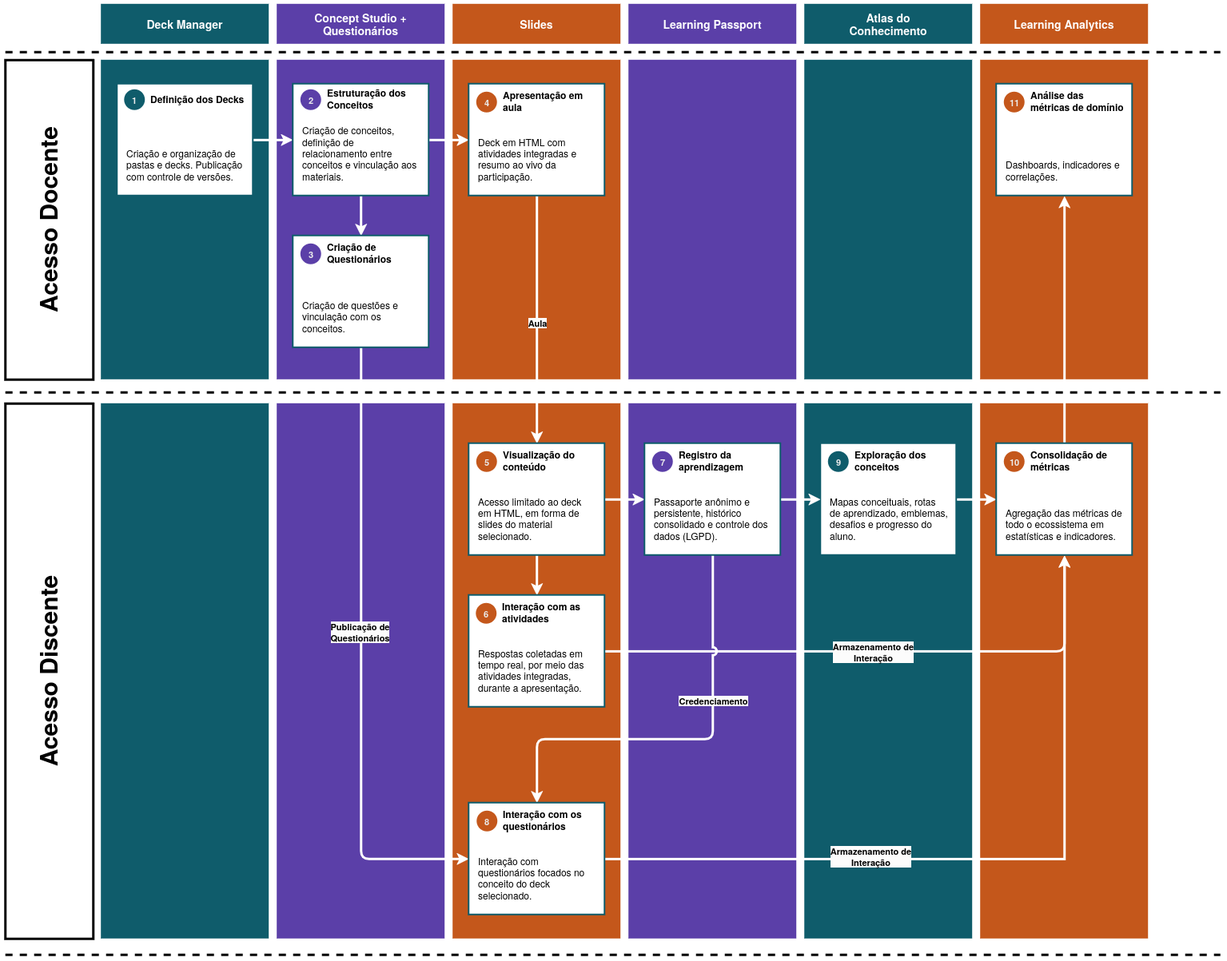
DanielRogs/TCC1-Latex keeps this draw.io diagram as figuras/fluxo.png. Above is the earlier version. Source tidied: cells renumbered, new cells last; positions are measured from the earlier drawing's top-left corner, leaving out a move shared by most shapes.
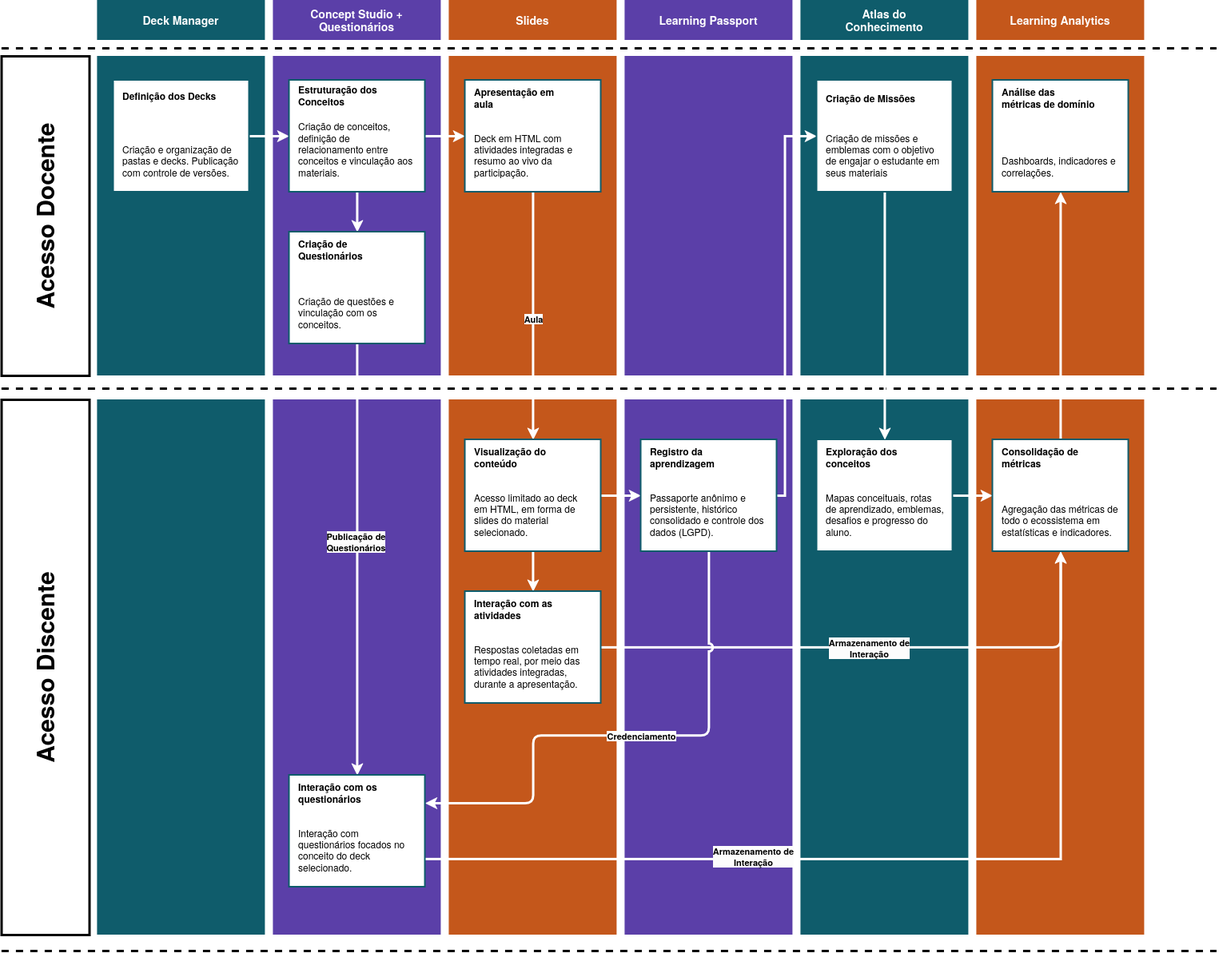
The same file after the commit.

What changed in the source:
```diff
@@ -53,7 +53,7 @@
     <mxCell id="18" value="Criação de conceitos, definição de relacionamento entre conceitos e vinculação aos materiais." style="rounded=0;whiteSpace=wrap;html=1;verticalAlign=bottom;spacingBottom=15;spacingLeft=10;spacingRight=10;align=left;strokeWidth=2;strokeColor=light-dark(#0F5C6B,#FFFFFF);" parent="1" vertex="1">
       <mxGeometry x="360" y="100" width="170" height="140" as="geometry" />
     </mxCell>
-    <mxCell id="19" style="edgeStyle=orthogonalEdgeStyle;rounded=1;jettySize=auto;html=1;entryX=0;entryY=0.5;entryDx=0;entryDy=0;exitX=0.5;exitY=1;exitDx=0;exitDy=0;strokeWidth=3;curved=0;strokeColor=light-dark(#FFFFFF,#FFFFFF);fontColor=light-dark(#000000,#000000);" parent="1" edge="1" source="21" target="47">
+    <mxCell id="19" style="edgeStyle=orthogonalEdgeStyle;rounded=1;jettySize=auto;html=1;entryX=0.5;entryY=0;entryDx=0;entryDy=0;exitX=0.5;exitY=1;exitDx=0;exitDy=0;strokeWidth=3;curved=0;strokeColor=light-dark(#FFFFFF,#FFFFFF);fontColor=light-dark(#000000,#000000);" parent="1" edge="1" source="21" target="47">
       <mxGeometry relative="1" as="geometry" />
     </mxCell>
     <mxCell id="20" value="&lt;div&gt;&lt;b&gt;Publicação de&lt;/b&gt;&lt;/div&gt;&lt;div&gt;&lt;b&gt;Questionários&lt;/b&gt;&lt;/div&gt;" style="edgeLabel;html=1;align=center;verticalAlign=middle;fontColor=light-dark(#000000,#000000);labelBackgroundColor=light-dark(#FCFCFC,#FCFCFC);" parent="19" vertex="1">
@@ -94,19 +94,27 @@
     <mxCell id="31" value="Mapas conceituais, rotas de aprendizado, emblemas, desafios e progresso do aluno." style="rounded=0;whiteSpace=wrap;html=1;verticalAlign=bottom;spacingBottom=15;spacingLeft=10;spacingRight=10;align=left;strokeColor=light-dark(#0F5C6B,#FFFFFF);strokeWidth=2;" parent="1" vertex="1">
       <mxGeometry x="1020" y="550" width="170" height="140" as="geometry" />
     </mxCell>
-    <mxCell id="32" style="edgeStyle=orthogonalEdgeStyle;rounded=0;jettySize=auto;html=1;strokeWidth=3;strokeColor=light-dark(#FFFFFF,#FFFFFF);fontColor=light-dark(#000000,#000000);" parent="1" edge="1" source="35" target="31">
-      <mxGeometry relative="1" as="geometry" />
+    <mxCell id="32" style="edgeStyle=orthogonalEdgeStyle;rounded=0;jettySize=auto;html=1;strokeWidth=3;strokeColor=light-dark(#FFFFFF,#FFFFFF);fontColor=light-dark(#000000,#000000);entryX=0;entryY=0.5;entryDx=0;entryDy=0;" parent="1" edge="1" source="35" target="78">
+      <mxGeometry relative="1" as="geometry">
+        <Array as="points">
+          <mxPoint x="980" y="620" />
+          <mxPoint x="980" y="170" />
+        </Array>
+      </mxGeometry>
     </mxCell>
-    <mxCell id="33" style="edgeStyle=orthogonalEdgeStyle;rounded=1;jettySize=auto;html=1;exitX=0.5;exitY=1;exitDx=0;exitDy=0;strokeWidth=3;curved=0;jumpStyle=arc;strokeColor=light-dark(#FFFFFF,#FFFFFF);fontColor=light-dark(#000000,#000000);" parent="1" edge="1" source="35" target="47">
+    <mxCell id="33" style="edgeStyle=orthogonalEdgeStyle;rounded=1;jettySize=auto;html=1;exitX=0.5;exitY=1;exitDx=0;exitDy=0;strokeWidth=3;curved=0;jumpStyle=arc;strokeColor=light-dark(#FFFFFF,#FFFFFF);fontColor=light-dark(#000000,#000000);entryX=1;entryY=0.25;entryDx=0;entryDy=0;" parent="1" edge="1" source="35" target="47">
       <mxGeometry relative="1" as="geometry">
         <Array as="points">
-          <mxPoint x="885.1" y="920.1" />
+          <mxPoint x="885" y="920.1" />
           <mxPoint x="665.1" y="920.1" />
+          <mxPoint x="665.1" y="1005" />
         </Array>
       </mxGeometry>
     </mxCell>
     <mxCell id="34" value="Credenciamento" style="edgeLabel;html=1;align=center;verticalAlign=middle;fontStyle=1;fontColor=light-dark(#000000,#000000);labelBackgroundColor=light-dark(#FCFCFC,#FCFCFC);" parent="33" vertex="1">
-      <mxGeometry x="-0.31" relative="1" as="geometry" />
+      <mxGeometry x="-0.31" relative="1" as="geometry">
+        <mxPoint x="-85" as="offset" />
+      </mxGeometry>
     </mxCell>
     <mxCell id="35" value="Passaporte anônimo e persistente, histórico consolidado e controle dos dados (LGPD)." style="rounded=0;whiteSpace=wrap;html=1;verticalAlign=bottom;spacingBottom=15;spacingLeft=10;spacingRight=10;align=left;strokeColor=light-dark(#0F5C6B,#FFFFFF);strokeWidth=2;" parent="1" vertex="1">
       <mxGeometry x="800" y="550" width="170" height="140" as="geometry" />
@@ -141,14 +149,14 @@
     <mxCell id="44" value="&lt;div&gt;Atlas do&lt;/div&gt;&lt;div&gt;Conhecimento&lt;/div&gt;" style="rounded=0;whiteSpace=wrap;html=1;fontStyle=1;fontSize=14;strokeColor=none;fillColor=light-dark(#0F5C6B,#0F5C6B);fontColor=light-dark(#FFFFFF,#FFFFFF);" parent="1" vertex="1">
       <mxGeometry x="1000" width="210" height="50" as="geometry" />
     </mxCell>
-    <mxCell id="45" style="edgeStyle=orthogonalEdgeStyle;rounded=0;jettySize=auto;html=1;strokeWidth=3;strokeColor=light-dark(#FFFFFF,#FFFFFF);fontColor=light-dark(#000000,#000000);" parent="1" edge="1" source="47" target="37">
+    <mxCell id="45" style="edgeStyle=orthogonalEdgeStyle;rounded=0;jettySize=auto;html=1;strokeWidth=3;strokeColor=light-dark(#FFFFFF,#FFFFFF);fontColor=light-dark(#000000,#000000);exitX=1;exitY=0.75;exitDx=0;exitDy=0;" parent="1" edge="1" source="47" target="37">
       <mxGeometry relative="1" as="geometry" />
     </mxCell>
     <mxCell id="46" value="&lt;div&gt;Armazenamento de&lt;/div&gt;&lt;div&gt;Interação&lt;/div&gt;" style="edgeLabel;html=1;align=center;verticalAlign=middle;fontStyle=1;fontColor=light-dark(#000000,#000000);labelBackgroundColor=light-dark(#FCFCFC,#FCFCFC);" parent="45" vertex="1">
       <mxGeometry x="-0.3" y="4" relative="1" as="geometry" />
     </mxCell>
     <mxCell id="47" value="Interação com questionários focados no conceito do deck selecionado." style="rounded=0;whiteSpace=wrap;html=1;verticalAlign=bottom;spacingBottom=15;spacingLeft=10;spacingRight=10;align=left;strokeWidth=2;strokeColor=light-dark(#0F5C6B,#FFFFFF);" parent="1" vertex="1">
-      <mxGeometry x="580" y="1000" width="170" height="140" as="geometry" />
+      <mxGeometry x="360" y="970" width="170" height="140" as="geometry" />
     </mxCell>
     <mxCell id="48" value="Learning Analytics" style="rounded=0;whiteSpace=wrap;html=1;fontStyle=1;fontSize=14;fillColor=light-dark(#C4571B,#C4571B);strokeColor=none;fontColor=light-dark(#FFFFFF,#FFFFFF);" parent="1" vertex="1">
       <mxGeometry x="1220" width="210" height="50" as="geometry" />
@@ -156,74 +164,41 @@
     <mxCell id="49" style="rounded=0;whiteSpace=wrap;html=1;fontStyle=1;fontSize=14;strokeColor=none;fillColor=light-dark(#0F5C6B,#0F5C6B);" parent="1" vertex="1">
       <mxGeometry x="120" y="500" width="210" height="670" as="geometry" />
     </mxCell>
-    <mxCell id="50" value="1" style="ellipse;whiteSpace=wrap;html=1;shapeInside=1;strokeColor=none;fillColor=light-dark(#0F5C6B,#0F5C6B);fontStyle=1;fontSize=11;spacing=0;fontColor=light-dark(#EBEBEB,#EBEBEB);" parent="1" vertex="1">
-      <mxGeometry x="149" y="107" width="26" height="26" as="geometry" />
-    </mxCell>
     <mxCell id="51" value="Definição dos Decks" style="text;html=1;whiteSpace=wrap;strokeColor=none;fillColor=none;align=left;verticalAlign=middle;rounded=0;fontStyle=1;" parent="1" vertex="1">
-      <mxGeometry x="180" y="107" width="120" height="23" as="geometry" />
+      <mxGeometry x="150" y="107" width="120" height="23" as="geometry" />
     </mxCell>
-    <mxCell id="52" value="2" style="ellipse;whiteSpace=wrap;html=1;shapeInside=1;strokeColor=none;fillColor=light-dark(#5B3FA8,#5B3FA8);fontStyle=1;fontSize=11;spacing=0;fontColor=light-dark(#EBEBEB,#EBEBEB);" parent="1" vertex="1">
-      <mxGeometry x="369.5" y="107" width="26" height="26" as="geometry" />
-    </mxCell>
     <mxCell id="53" value="Estruturação dos Conceitos" style="text;html=1;whiteSpace=wrap;strokeColor=none;fillColor=none;align=left;verticalAlign=middle;rounded=0;fontStyle=1;" parent="1" vertex="1">
-      <mxGeometry x="400.5" y="107" width="120" height="23" as="geometry" />
+      <mxGeometry x="370" y="107" width="120" height="23" as="geometry" />
     </mxCell>
-    <mxCell id="54" value="3" style="ellipse;whiteSpace=wrap;html=1;shapeInside=1;strokeColor=none;fillColor=light-dark(#5B3FA8,#5B3FA8);fontStyle=1;fontSize=11;spacing=0;fontColor=light-dark(#EBEBEB,#EBEBEB);" parent="1" vertex="1">
-      <mxGeometry x="369.5" y="300" width="26" height="26" as="geometry" />
-    </mxCell>
     <mxCell id="55" value="Criação de Questionários" style="text;html=1;whiteSpace=wrap;strokeColor=none;fillColor=none;align=left;verticalAlign=middle;rounded=0;fontStyle=1;" parent="1" vertex="1">
-      <mxGeometry x="400.5" y="300" width="120" height="23" as="geometry" />
+      <mxGeometry x="370" y="300" width="120" height="23" as="geometry" />
     </mxCell>
-    <mxCell id="56" value="5" style="ellipse;whiteSpace=wrap;html=1;shapeInside=1;strokeColor=none;fillColor=light-dark(#C4571B,#C4571B);fontStyle=1;fontSize=11;spacing=0;fontColor=light-dark(#EBEBEB,#EBEBEB);" parent="1" vertex="1">
-      <mxGeometry x="589.5" y="560" width="26" height="26" as="geometry" />
-    </mxCell>
     <mxCell id="57" value="Visualização do conteúdo" style="text;html=1;whiteSpace=wrap;strokeColor=none;fillColor=none;align=left;verticalAlign=middle;rounded=0;fontStyle=1;" parent="1" vertex="1">
-      <mxGeometry x="620.5" y="560" width="120" height="23" as="geometry" />
+      <mxGeometry x="590" y="560" width="120" height="23" as="geometry" />
     </mxCell>
     <mxCell id="58" value="Deck em HTML com atividades integradas e resumo ao vivo da participação." style="rounded=0;whiteSpace=wrap;html=1;verticalAlign=bottom;spacingBottom=15;spacingLeft=10;spacingRight=10;align=left;strokeWidth=2;strokeColor=light-dark(#0F5C6B,#FFFFFF);" parent="1" vertex="1">
       <mxGeometry x="580" y="100" width="170" height="140" as="geometry" />
     </mxCell>
-    <mxCell id="59" value="4" style="ellipse;whiteSpace=wrap;html=1;shapeInside=1;strokeColor=none;fillColor=light-dark(#C4571B,#C4571B);fontStyle=1;fontSize=11;spacing=0;fontColor=light-dark(#EBEBEB,#EBEBEB);" parent="1" vertex="1">
-      <mxGeometry x="589.5" y="110" width="26" height="26" as="geometry" />
-    </mxCell>
     <mxCell id="60" value="Apresentação em aula" style="text;html=1;whiteSpace=wrap;strokeColor=none;fillColor=none;align=left;verticalAlign=middle;rounded=0;fontStyle=1;" parent="1" vertex="1">
-      <mxGeometry x="620.5" y="110" width="120" height="23" as="geometry" />
+      <mxGeometry x="590" y="110" width="120" height="23" as="geometry" />
     </mxCell>
-    <mxCell id="61" value="6" style="ellipse;whiteSpace=wrap;html=1;shapeInside=1;strokeColor=none;fillColor=light-dark(#C4571B,#C4571B);fontStyle=1;fontSize=11;spacing=0;fontColor=light-dark(#EBEBEB,#EBEBEB);" parent="1" vertex="1">
-      <mxGeometry x="589" y="750" width="26" height="26" as="geometry" />
-    </mxCell>
     <mxCell id="62" value="Interação com as atividades" style="text;html=1;whiteSpace=wrap;strokeColor=none;fillColor=none;align=left;verticalAlign=middle;rounded=0;fontStyle=1;" parent="1" vertex="1">
-      <mxGeometry x="620" y="750" width="120" height="23" as="geometry" />
+      <mxGeometry x="590" y="750" width="120" height="23" as="geometry" />
     </mxCell>
-    <mxCell id="63" value="8" style="ellipse;whiteSpace=wrap;html=1;shapeInside=1;strokeColor=none;fillColor=light-dark(#C4571B,#C4571B);fontStyle=1;fontSize=11;spacing=0;fontColor=light-dark(#EBEBEB,#EBEBEB);" parent="1" vertex="1">
-      <mxGeometry x="590" y="1010" width="26" height="26" as="geometry" />
-    </mxCell>
     <mxCell id="64" value="Interação com os questionários" style="text;html=1;whiteSpace=wrap;strokeColor=none;fillColor=none;align=left;verticalAlign=middle;rounded=0;fontStyle=1;" parent="1" vertex="1">
-      <mxGeometry x="621" y="1010" width="120" height="23" as="geometry" />
+      <mxGeometry x="370" y="980" width="120" height="23" as="geometry" />
     </mxCell>
-    <mxCell id="65" value="7" style="ellipse;whiteSpace=wrap;html=1;shapeInside=1;strokeColor=none;fillColor=light-dark(#5B3FA8,#5B3FA8);fontStyle=1;fontSize=11;spacing=0;fontColor=light-dark(#EBEBEB,#EBEBEB);" parent="1" vertex="1">
-      <mxGeometry x="809.5" y="560" width="26" height="26" as="geometry" />
-    </mxCell>
     <mxCell id="66" value="Registro da aprendizagem" style="text;html=1;whiteSpace=wrap;strokeColor=none;fillColor=none;align=left;verticalAlign=middle;rounded=0;fontStyle=1;" parent="1" vertex="1">
-      <mxGeometry x="840.5" y="560" width="120" height="23" as="geometry" />
+      <mxGeometry x="810" y="560" width="120" height="23" as="geometry" />
     </mxCell>
-    <mxCell id="67" value="9" style="ellipse;whiteSpace=wrap;html=1;shapeInside=1;strokeColor=none;fillColor=light-dark(#0F5C6B,#0F5C6B);fontStyle=1;fontSize=11;spacing=0;fontColor=light-dark(#EBEBEB,#EBEBEB);" parent="1" vertex="1">
-      <mxGeometry x="1029.5" y="560" width="26" height="26" as="geometry" />
-    </mxCell>
     <mxCell id="68" value="Exploração dos conceitos" style="text;html=1;whiteSpace=wrap;strokeColor=none;fillColor=none;align=left;verticalAlign=middle;rounded=0;fontStyle=1;" parent="1" vertex="1">
-      <mxGeometry x="1060.5" y="560" width="120" height="23" as="geometry" />
+      <mxGeometry x="1030" y="560" width="120" height="23" as="geometry" />
     </mxCell>
-    <mxCell id="69" value="10" style="ellipse;whiteSpace=wrap;html=1;shapeInside=1;strokeColor=none;fillColor=light-dark(#C4571B,#C4571B);fontStyle=1;fontSize=11;spacing=0;fontColor=light-dark(#EBEBEB,#EBEBEB);" parent="1" vertex="1">
-      <mxGeometry x="1249.5" y="560" width="26" height="26" as="geometry" />
-    </mxCell>
     <mxCell id="70" value="Consolidação de métricas" style="text;html=1;whiteSpace=wrap;strokeColor=none;fillColor=none;align=left;verticalAlign=middle;rounded=0;fontStyle=1;" parent="1" vertex="1">
-      <mxGeometry x="1280.5" y="560" width="120" height="23" as="geometry" />
+      <mxGeometry x="1250" y="560" width="120" height="23" as="geometry" />
     </mxCell>
-    <mxCell id="71" value="11" style="ellipse;whiteSpace=wrap;html=1;shapeInside=1;strokeColor=none;fillColor=light-dark(#C4571B,#C4571B);fontStyle=1;fontSize=11;spacing=0;fontColor=light-dark(#EBEBEB,#EBEBEB);" parent="1" vertex="1">
-      <mxGeometry x="1249.5" y="110" width="26" height="26" as="geometry" />
-    </mxCell>
     <mxCell id="72" value="Análise das métricas de domínio" style="text;html=1;whiteSpace=wrap;strokeColor=none;fillColor=none;align=left;verticalAlign=middle;rounded=0;fontStyle=1;" parent="1" vertex="1">
-      <mxGeometry x="1280.5" y="110" width="120" height="23" as="geometry" />
+      <mxGeometry x="1250" y="110" width="120" height="23" as="geometry" />
     </mxCell>
     <mxCell id="73" style="endArrow=none;html=1;rounded=0;strokeWidth=3;dashed=1;" parent="1" edge="1">
       <mxGeometry relative="1" as="geometry">
@@ -246,5 +221,14 @@
     <mxCell id="76" value="Acesso Docente" style="rounded=0;whiteSpace=wrap;html=1;textDirection=vertical-lr;rotation=-180;fontStyle=1;fontSize=30;strokeWidth=3;" parent="1" vertex="1">
       <mxGeometry y="70" width="110" height="400" as="geometry" />
     </mxCell>
+    <mxCell id="77" style="edgeStyle=orthogonalEdgeStyle;rounded=0;jettySize=auto;html=1;exitX=0.5;exitY=1;exitDx=0;exitDy=0;entryX=0.5;entryY=0;entryDx=0;entryDy=0;strokeWidth=3;strokeColor=light-dark(#FFFFFF,#FFFFFF);" parent="1" edge="1" source="78" target="31">
+      <mxGeometry relative="1" as="geometry" />
+    </mxCell>
+    <mxCell id="78" value="Criação de missões e emblemas com o objetivo de engajar o estudante em seus materiais" style="rounded=0;whiteSpace=wrap;html=1;verticalAlign=bottom;spacingBottom=15;spacingLeft=10;spacingRight=10;align=left;strokeColor=light-dark(#0F5C6B,#FFFFFF);strokeWidth=2;" parent="1" vertex="1">
+      <mxGeometry x="1020" y="100" width="170" height="140" as="geometry" />
+    </mxCell>
+    <mxCell id="79" value="Criação de Missões" style="text;html=1;whiteSpace=wrap;strokeColor=none;fillColor=none;align=left;verticalAlign=middle;rounded=0;fontStyle=1;" parent="1" vertex="1">
+      <mxGeometry x="1030" y="110" width="120" height="23" as="geometry" />
+    </mxCell>
   </root>
 </mxGraphModel>
```
